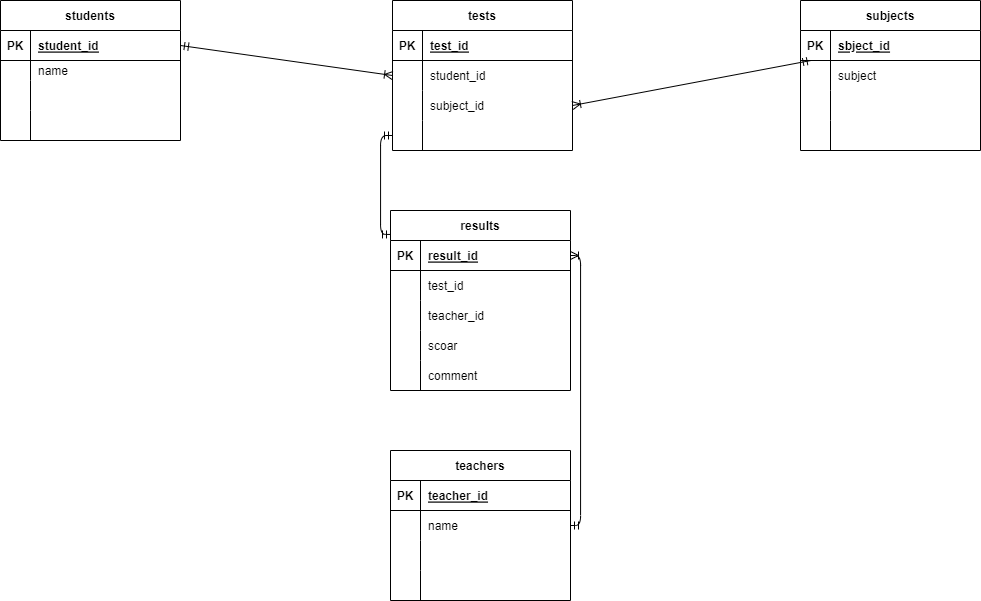
piyotaro3/date-base keeps this draw.io diagram as .drawio.png. Above is the earlier version. Source tidied: cells renumbered, new cells last; positions are measured from the earlier drawing's top-left corner, leaving out a move shared by most shapes.
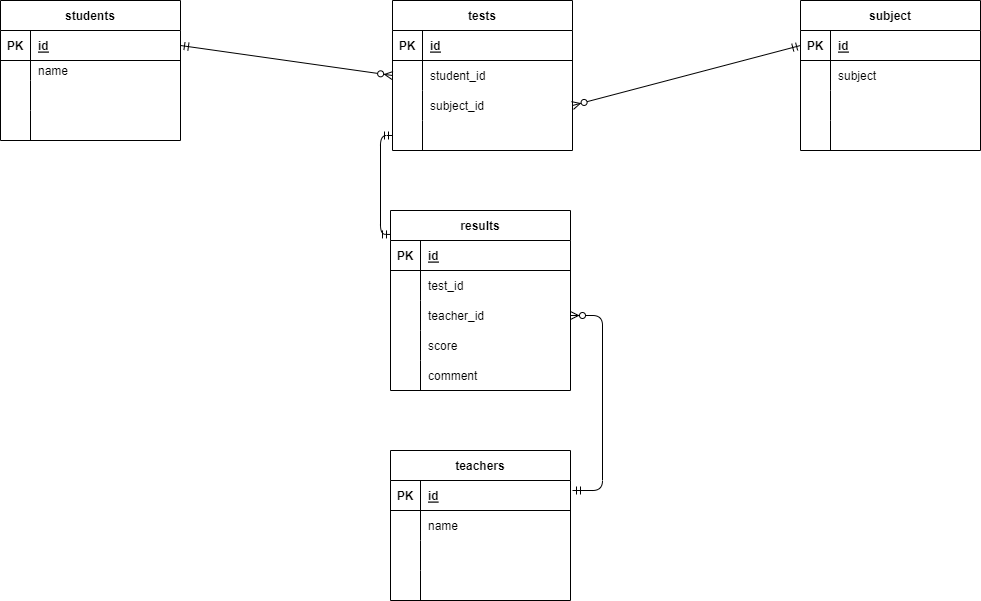
After the change.

Change to the diagram source:
```diff
@@ -11,7 +11,7 @@
     <mxCell id="4" value="PK" style="shape=partialRectangle;fillColor=none;top=0;left=0;bottom=0;right=0;fontStyle=1;overflow=hidden;" parent="3" vertex="1">
       <mxGeometry width="30" height="30" as="geometry" />
     </mxCell>
-    <mxCell id="5" value="student_id" style="shape=partialRectangle;fillColor=none;top=0;left=0;bottom=0;right=0;align=left;spacingLeft=6;fontStyle=5;overflow=hidden;" parent="3" vertex="1">
+    <mxCell id="5" value="id" style="shape=partialRectangle;fillColor=none;top=0;left=0;bottom=0;right=0;align=left;spacingLeft=6;fontStyle=5;overflow=hidden;" parent="3" vertex="1">
       <mxGeometry x="30" width="150" height="30" as="geometry" />
     </mxCell>
     <mxCell id="6" style="shape=tableRow;horizontal=0;startSize=0;swimlaneHead=0;swimlaneBody=0;fillColor=none;top=0;left=0;right=0;bottom=0;" parent="2" vertex="1">
@@ -41,7 +41,7 @@
     <mxCell id="14" style="shape=partialRectangle;fillColor=none;top=0;left=0;bottom=0;right=0;align=left;spacingLeft=6;overflow=hidden;" parent="12" vertex="1">
       <mxGeometry x="30" width="150" height="30" as="geometry" />
     </mxCell>
-    <mxCell id="15" value="subjects" style="shape=table;startSize=30;rowLines=0;fontStyle=1;align=center;" parent="1" vertex="1">
+    <mxCell id="15" value="subject" style="shape=table;startSize=30;rowLines=0;fontStyle=1;align=center;" parent="1" vertex="1">
       <mxGeometry x="800" width="180" height="150" as="geometry" />
     </mxCell>
     <mxCell id="16" style="shape=tableRow;horizontal=0;startSize=0;swimlaneHead=0;swimlaneBody=0;fillColor=none;points=[[0,0.5],[1,0.5]];portConstraint=eastwest;top=0;left=0;right=0;bottom=1;" parent="15" vertex="1">
@@ -50,7 +50,7 @@
     <mxCell id="17" value="PK" style="shape=partialRectangle;fillColor=none;top=0;left=0;bottom=0;right=0;fontStyle=1;overflow=hidden;" parent="16" vertex="1">
       <mxGeometry width="30" height="30" as="geometry" />
     </mxCell>
-    <mxCell id="18" value="sbject_id" style="shape=partialRectangle;fillColor=none;top=0;left=0;bottom=0;right=0;align=left;spacingLeft=6;fontStyle=5;overflow=hidden;" parent="16" vertex="1">
+    <mxCell id="18" value="id" style="shape=partialRectangle;fillColor=none;top=0;left=0;bottom=0;right=0;align=left;spacingLeft=6;fontStyle=5;overflow=hidden;" parent="16" vertex="1">
       <mxGeometry x="30" width="150" height="30" as="geometry" />
     </mxCell>
     <mxCell id="19" style="shape=tableRow;horizontal=0;startSize=0;swimlaneHead=0;swimlaneBody=0;fillColor=none;top=0;left=0;right=0;bottom=0;" parent="15" vertex="1">
@@ -89,7 +89,7 @@
     <mxCell id="30" value="PK" style="shape=partialRectangle;fillColor=none;top=0;left=0;bottom=0;right=0;fontStyle=1;overflow=hidden;" parent="29" vertex="1">
       <mxGeometry width="30" height="30" as="geometry" />
     </mxCell>
-    <mxCell id="31" value="test_id" style="shape=partialRectangle;fillColor=none;top=0;left=0;bottom=0;right=0;align=left;spacingLeft=6;fontStyle=5;overflow=hidden;" parent="29" vertex="1">
+    <mxCell id="31" value="id" style="shape=partialRectangle;fillColor=none;top=0;left=0;bottom=0;right=0;align=left;spacingLeft=6;fontStyle=5;overflow=hidden;" parent="29" vertex="1">
       <mxGeometry x="30" width="150" height="30" as="geometry" />
     </mxCell>
     <mxCell id="32" style="shape=tableRow;horizontal=0;startSize=0;swimlaneHead=0;swimlaneBody=0;fillColor=none;points=[[0,0.5],[1,0.5]];portConstraint=eastwest;top=0;left=0;right=0;bottom=0;" parent="28" vertex="1">
@@ -119,9 +119,6 @@
     <mxCell id="40" style="shape=partialRectangle;fillColor=none;top=0;left=0;bottom=0;right=0;align=left;spacingLeft=6;overflow=hidden;" parent="38" vertex="1">
       <mxGeometry x="30" width="150" height="30" as="geometry" />
     </mxCell>
-    <mxCell id="41" style="fontSize=12;html=1;endArrow=ERoneToMany;startArrow=ERmandOne;exitX=1;exitY=0.5;exitDx=0;exitDy=0;entryX=0;entryY=0.5;entryDx=0;entryDy=0;" parent="1" edge="1" source="3" target="32">
-      <mxGeometry relative="1" as="geometry" />
-    </mxCell>
     <mxCell id="42" value="results" style="shape=table;startSize=30;rowLines=0;fontStyle=1;align=center;" parent="1" vertex="1">
       <mxGeometry x="390" y="210" width="180" height="180" as="geometry" />
     </mxCell>
@@ -131,7 +128,7 @@
     <mxCell id="44" value="PK" style="shape=partialRectangle;fillColor=none;top=0;left=0;bottom=0;right=0;fontStyle=1;overflow=hidden;" parent="43" vertex="1">
       <mxGeometry width="30" height="30" as="geometry" />
     </mxCell>
-    <mxCell id="45" value="result_id" style="shape=partialRectangle;fillColor=none;top=0;left=0;bottom=0;right=0;align=left;spacingLeft=6;fontStyle=5;overflow=hidden;" parent="43" vertex="1">
+    <mxCell id="45" value="id" style="shape=partialRectangle;fillColor=none;top=0;left=0;bottom=0;right=0;align=left;spacingLeft=6;fontStyle=5;overflow=hidden;" parent="43" vertex="1">
       <mxGeometry x="30" width="150" height="30" as="geometry" />
     </mxCell>
     <mxCell id="46" style="shape=tableRow;horizontal=0;startSize=0;swimlaneHead=0;swimlaneBody=0;fillColor=none;top=0;left=0;right=0;bottom=0;" parent="42" vertex="1">
@@ -158,7 +155,7 @@
     <mxCell id="53" style="shape=partialRectangle;fillColor=none;top=0;left=0;bottom=0;right=0;overflow=hidden;" parent="52" vertex="1">
       <mxGeometry width="30" height="30" as="geometry" />
     </mxCell>
-    <mxCell id="54" value="scoar" style="shape=partialRectangle;fillColor=none;top=0;left=0;bottom=0;right=0;align=left;spacingLeft=6;overflow=hidden;" parent="52" vertex="1">
+    <mxCell id="54" value="score" style="shape=partialRectangle;fillColor=none;top=0;left=0;bottom=0;right=0;align=left;spacingLeft=6;overflow=hidden;" parent="52" vertex="1">
       <mxGeometry x="30" width="150" height="30" as="geometry" />
     </mxCell>
     <mxCell id="55" style="shape=tableRow;horizontal=0;startSize=0;swimlaneHead=0;swimlaneBody=0;fillColor=none;top=0;left=0;right=0;bottom=0;" parent="42" vertex="1">
@@ -179,7 +176,7 @@
     <mxCell id="60" value="PK" style="shape=partialRectangle;fillColor=none;top=0;left=0;bottom=0;right=0;fontStyle=1;overflow=hidden;" parent="59" vertex="1">
       <mxGeometry width="30" height="30" as="geometry" />
     </mxCell>
-    <mxCell id="61" value="teacher_id" style="shape=partialRectangle;fillColor=none;top=0;left=0;bottom=0;right=0;align=left;spacingLeft=6;fontStyle=5;overflow=hidden;" parent="59" vertex="1">
+    <mxCell id="61" value="id" style="shape=partialRectangle;fillColor=none;top=0;left=0;bottom=0;right=0;align=left;spacingLeft=6;fontStyle=5;overflow=hidden;" parent="59" vertex="1">
       <mxGeometry x="30" width="150" height="30" as="geometry" />
     </mxCell>
     <mxCell id="62" style="shape=tableRow;horizontal=0;startSize=0;swimlaneHead=0;swimlaneBody=0;fillColor=none;points=[[0,0.5],[1,0.5]];portConstraint=eastwest;top=0;left=0;right=0;bottom=0;" parent="58" vertex="1">
@@ -209,14 +206,19 @@
     <mxCell id="70" style="shape=partialRectangle;fillColor=none;top=0;left=0;bottom=0;right=0;align=left;spacingLeft=6;overflow=hidden;" parent="68" vertex="1">
       <mxGeometry x="30" width="150" height="30" as="geometry" />
     </mxCell>
+    <mxCell id="73" style="fontSize=12;html=1;endArrow=ERmandOne;startArrow=ERmandOne;entryX=0;entryY=0.5;entryDx=0;entryDy=0;exitX=0;exitY=0.133;exitDx=0;exitDy=0;edgeStyle=orthogonalEdgeStyle;exitPerimeter=0;" parent="1" edge="1" source="42" target="38">
+      <mxGeometry relative="1" as="geometry" />
+    </mxCell>
+    <mxCell id="41" style="fontSize=12;html=1;endArrow=ERzeroToMany;startArrow=ERmandOne;entryX=0;entryY=0.5;entryDx=0;entryDy=0;exitX=1;exitY=0.5;exitDx=0;exitDy=0;" parent="1" edge="1" source="3" target="32">
+      <mxGeometry relative="1" as="geometry" />
+    </mxCell>
-    <mxCell id="71" style="fontSize=12;html=1;endArrow=ERoneToMany;startArrow=ERmandOne;entryX=1;entryY=0.5;entryDx=0;entryDy=0;" parent="1" edge="1" source="16" target="35">
+    <mxCell id="71" style="fontSize=12;html=1;endArrow=ERzeroToMany;startArrow=ERmandOne;exitX=0;exitY=0.5;exitDx=0;exitDy=0;entryX=1;entryY=0.5;entryDx=0;entryDy=0;" parent="1" edge="1" source="16" target="35">
       <mxGeometry relative="1" as="geometry" />
     </mxCell>
-    <mxCell id="72" style="fontSize=12;html=1;endArrow=ERoneToMany;startArrow=ERmandOne;exitX=1;exitY=0.5;exitDx=0;exitDy=0;entryX=1;entryY=0.5;entryDx=0;entryDy=0;edgeStyle=orthogonalEdgeStyle;" parent="1" edge="1" source="62" target="43">
-      <mxGeometry relative="1" as="geometry" />
-    </mxCell>
-    <mxCell id="73" style="fontSize=12;html=1;endArrow=ERmandOne;startArrow=ERmandOne;entryX=0;entryY=0.5;entryDx=0;entryDy=0;exitX=0;exitY=0.133;exitDx=0;exitDy=0;edgeStyle=orthogonalEdgeStyle;exitPerimeter=0;" parent="1" edge="1" source="42" target="38">
-      <mxGeometry relative="1" as="geometry" />
-    </mxCell>
+    <mxCell id="74" style="edgeStyle=entityRelationEdgeStyle;fontSize=12;html=1;endArrow=ERzeroToMany;startArrow=ERmandOne;entryX=1;entryY=0.5;entryDx=0;entryDy=0;" parent="1" edge="1" target="49">
+      <mxGeometry relative="1" as="geometry">
+        <mxPoint x="572" y="490" as="sourcePoint" />
+      </mxGeometry>
+    </mxCell>
   </root>
 </mxGraphModel>
```
